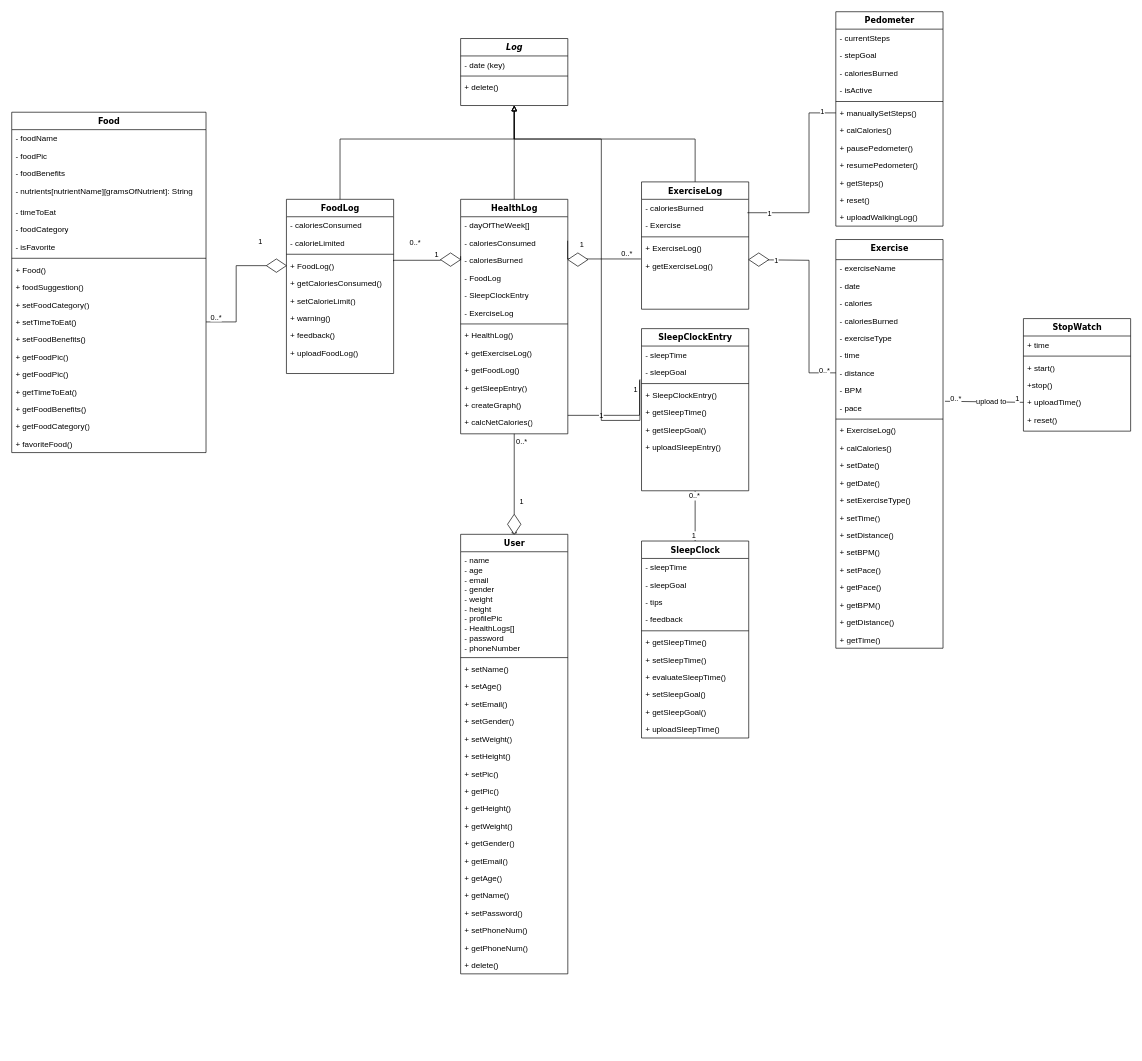
Before: Health App Class Diagram.drawio in Esaied19/Team-Albatross, a draw.io diagram. Source tidied: cells renumbered, new cells numbered last; positions are measured from the earlier drawing's top-left corner, leaving out a move shared by most shapes. Both pictures are drawn from the tidied source at 67%, with x=0, y=0 at pixel (11, 11).
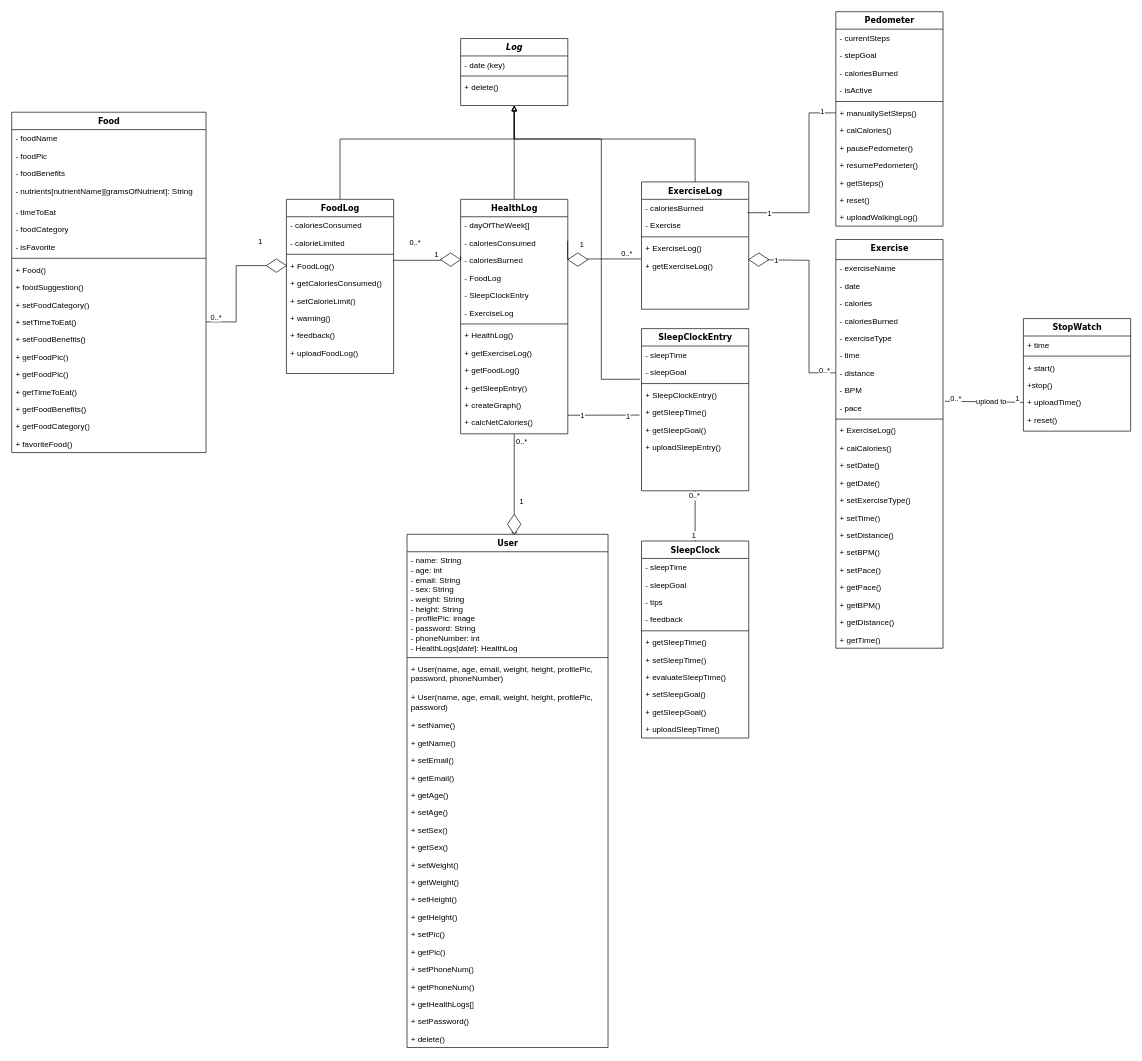
After the change.

Unchanged cells that the change refers to:
```xml
<mxCell id="75" value="- sleepGoal" style="text;html=1;strokeColor=none;fillColor=none;align=left;verticalAlign=top;spacingLeft=4;spacingRight=4;whiteSpace=wrap;overflow=hidden;points=[[0,0.5],[1,0.5]];portConstraint=eastwest;" parent="73" vertex="1">
  <mxGeometry y="52" width="160" height="26" as="geometry" />
</mxCell>
<mxCell id="132" value="+ createGraph()" style="text;html=1;strokeColor=none;fillColor=none;align=left;verticalAlign=top;spacingLeft=4;spacingRight=4;whiteSpace=wrap;overflow=hidden;points=[[0,0.5],[1,0.5]];portConstraint=eastwest;" parent="120" vertex="1">
  <mxGeometry y="294" width="160" height="26" as="geometry" />
</mxCell>
<mxCell id="176" value="&lt;i&gt;Log&lt;/i&gt;" style="swimlane;html=1;fontStyle=1;align=center;verticalAlign=top;horizontal=1;startSize=26;swimlaneFillColor=#ffffff;rounded=0;shadow=0;comic=0;labelBackgroundColor=none;strokeWidth=1;fillColor=none;fontFamily=Verdana;fontSize=12;strokeColor=default;fontColor=default;" parent="1" vertex="1">
  <mxGeometry x="670" y="40" width="160" height="100" as="geometry" />
</mxCell>
```

Diff of the diagram source:
```diff
@@
     <mxCell id="2" value="User" style="swimlane;html=1;fontStyle=1;align=center;verticalAlign=top;horizontal=1;startSize=26;swimlaneFillColor=#ffffff;rounded=0;shadow=0;comic=0;labelBackgroundColor=none;strokeWidth=1;fillColor=none;fontFamily=Verdana;fontSize=12;strokeColor=default;fontColor=default;" parent="1" vertex="1">
-      <mxGeometry x="670" y="780" width="160" height="656" as="geometry" />
+      <mxGeometry x="590" y="780" width="300" height="766" as="geometry" />
     </mxCell>
-    <mxCell id="3" value="&lt;div&gt;- name&lt;/div&gt;&lt;div&gt;- age&lt;/div&gt;&lt;div&gt;- email&lt;/div&gt;&lt;div&gt;- gender&lt;/div&gt;&lt;div&gt;- weight&lt;/div&gt;&lt;div&gt;- height&lt;/div&gt;&lt;div&gt;- profilePic&lt;br&gt;&lt;/div&gt;&lt;div&gt;- HealthLogs[]&lt;/div&gt;&lt;div&gt;- password&lt;/div&gt;&lt;div&gt;- phoneNumber&lt;br&gt;&lt;/div&gt;" style="text;html=1;strokeColor=none;fillColor=none;align=left;verticalAlign=top;spacingLeft=4;spacingRight=4;whiteSpace=wrap;overflow=hidden;fontColor=default;" parent="2" vertex="1">
-      <mxGeometry y="26" width="160" height="154" as="geometry" />
+    <mxCell id="3" value="&lt;div&gt;- name: String&lt;br&gt;&lt;/div&gt;&lt;div&gt;- age: int&lt;/div&gt;&lt;div&gt;- email: String&lt;/div&gt;&lt;div&gt;- sex: String&lt;/div&gt;&lt;div&gt;- weight: String&lt;/div&gt;&lt;div&gt;- height: String&lt;/div&gt;&lt;div&gt;- profilePic: image&lt;br&gt;&lt;/div&gt;&lt;div&gt;- password: String&lt;/div&gt;&lt;div&gt;- phoneNumber: int&lt;br&gt;&lt;/div&gt;&lt;div&gt;- HealthLogs[&lt;i&gt;date&lt;/i&gt;]: HealthLog &lt;br&gt;&lt;/div&gt;" style="text;html=1;strokeColor=none;fillColor=none;align=left;verticalAlign=top;spacingLeft=4;spacingRight=4;whiteSpace=wrap;overflow=hidden;fontColor=default;" parent="2" vertex="1">
+      <mxGeometry y="26" width="300" height="154" as="geometry" />
     </mxCell>
     <mxCell id="4" style="line;html=1;strokeWidth=1;fillColor=none;align=left;verticalAlign=middle;spacingTop=-1;spacingLeft=3;spacingRight=3;labelPosition=right;strokeColor=default;labelBackgroundColor=default;fontColor=default;" parent="2" vertex="1">
-      <mxGeometry y="180" width="160" height="8" as="geometry" />
+      <mxGeometry y="180" width="300" height="8" as="geometry" />
     </mxCell>
+    <mxCell id="181" value="+ User(name, age, email, weight, height, profilePic, password, phoneNumber)" style="text;html=1;strokeColor=none;fillColor=none;align=left;verticalAlign=top;spacingLeft=4;spacingRight=4;whiteSpace=wrap;overflow=hidden;fontColor=default;" parent="2" vertex="1">
+      <mxGeometry y="188" width="300" height="42" as="geometry" />
+    </mxCell>
+    <mxCell id="182" value="+ User(name, age, email, weight, height, profilePic, password)" style="text;html=1;strokeColor=none;fillColor=none;align=left;verticalAlign=top;spacingLeft=4;spacingRight=4;whiteSpace=wrap;overflow=hidden;fontColor=default;" parent="2" vertex="1">
+      <mxGeometry y="230" width="300" height="42" as="geometry" />
+    </mxCell>
     <mxCell id="5" value="+ setName()&lt;span style=&quot;white-space: pre&quot;&gt; &lt;/span&gt;" style="text;html=1;strokeColor=none;fillColor=none;align=left;verticalAlign=top;spacingLeft=4;spacingRight=4;whiteSpace=wrap;overflow=hidden;fontColor=default;" parent="2" vertex="1">
-      <mxGeometry y="188" width="160" height="26" as="geometry" />
+      <mxGeometry y="272" width="300" height="26" as="geometry" />
     </mxCell>
+    <mxCell id="18" value="+ getName()&lt;span style=&quot;white-space: pre&quot;&gt; &lt;/span&gt;" style="text;html=1;strokeColor=none;fillColor=none;align=left;verticalAlign=top;spacingLeft=4;spacingRight=4;whiteSpace=wrap;overflow=hidden;fontColor=default;" parent="2" vertex="1">
+      <mxGeometry y="298" width="300" height="26" as="geometry" />
+    </mxCell>
+    <mxCell id="7" value="+ setEmail()" style="text;html=1;strokeColor=none;fillColor=none;align=left;verticalAlign=top;spacingLeft=4;spacingRight=4;whiteSpace=wrap;overflow=hidden;fontColor=default;" parent="2" vertex="1">
+      <mxGeometry y="324" width="300" height="26" as="geometry" />
+    </mxCell>
+    <mxCell id="16" value="+ getEmail()" style="text;html=1;strokeColor=none;fillColor=none;align=left;verticalAlign=top;spacingLeft=4;spacingRight=4;whiteSpace=wrap;overflow=hidden;fontColor=default;" parent="2" vertex="1">
+      <mxGeometry y="350" width="300" height="26" as="geometry" />
+    </mxCell>
+    <mxCell id="17" value="+ getAge()" style="text;html=1;strokeColor=none;fillColor=none;align=left;verticalAlign=top;spacingLeft=4;spacingRight=4;whiteSpace=wrap;overflow=hidden;fontColor=default;" parent="2" vertex="1">
+      <mxGeometry y="376" width="300" height="26" as="geometry" />
+    </mxCell>
     <mxCell id="6" value="+ setAge()" style="text;html=1;strokeColor=none;fillColor=none;align=left;verticalAlign=top;spacingLeft=4;spacingRight=4;whiteSpace=wrap;overflow=hidden;fontColor=default;" parent="2" vertex="1">
-      <mxGeometry y="214" width="160" height="26" as="geometry" />
+      <mxGeometry y="402" width="300" height="26" as="geometry" />
     </mxCell>
-    <mxCell id="7" value="+ setEmail()" style="text;html=1;strokeColor=none;fillColor=none;align=left;verticalAlign=top;spacingLeft=4;spacingRight=4;whiteSpace=wrap;overflow=hidden;fontColor=default;" parent="2" vertex="1">
-      <mxGeometry y="240" width="160" height="26" as="geometry" />
-    </mxCell>
-    <mxCell id="8" value="+ setGender()" style="text;html=1;strokeColor=none;fillColor=none;align=left;verticalAlign=top;spacingLeft=4;spacingRight=4;whiteSpace=wrap;overflow=hidden;fontColor=default;" parent="2" vertex="1">
-      <mxGeometry y="266" width="160" height="26" as="geometry" />
+    <mxCell id="8" value="+ setSex()" style="text;html=1;strokeColor=none;fillColor=none;align=left;verticalAlign=top;spacingLeft=4;spacingRight=4;whiteSpace=wrap;overflow=hidden;fontColor=default;" parent="2" vertex="1">
+      <mxGeometry y="428" width="300" height="26" as="geometry" />
     </mxCell>
+    <mxCell id="15" value="+ getSex()" style="text;html=1;strokeColor=none;fillColor=none;align=left;verticalAlign=top;spacingLeft=4;spacingRight=4;whiteSpace=wrap;overflow=hidden;fontColor=default;" parent="2" vertex="1">
+      <mxGeometry y="454" width="300" height="26" as="geometry" />
+    </mxCell>
     <mxCell id="9" value="+ setWeight()" style="text;html=1;strokeColor=none;fillColor=none;align=left;verticalAlign=top;spacingLeft=4;spacingRight=4;whiteSpace=wrap;overflow=hidden;fontColor=default;" parent="2" vertex="1">
-      <mxGeometry y="292" width="160" height="26" as="geometry" />
+      <mxGeometry y="480" width="300" height="26" as="geometry" />
     </mxCell>
+    <mxCell id="14" value="+ getWeight()" style="text;html=1;strokeColor=none;fillColor=none;align=left;verticalAlign=top;spacingLeft=4;spacingRight=4;whiteSpace=wrap;overflow=hidden;fontColor=default;" parent="2" vertex="1">
+      <mxGeometry y="506" width="300" height="26" as="geometry" />
+    </mxCell>
     <mxCell id="10" value="+ setHeight()" style="text;html=1;strokeColor=none;fillColor=none;align=left;verticalAlign=top;spacingLeft=4;spacingRight=4;whiteSpace=wrap;overflow=hidden;fontColor=default;" parent="2" vertex="1">
-      <mxGeometry y="318" width="160" height="26" as="geometry" />
+      <mxGeometry y="532" width="300" height="26" as="geometry" />
     </mxCell>
+    <mxCell id="13" value="+ getHeight()" style="text;html=1;strokeColor=none;fillColor=none;align=left;verticalAlign=top;spacingLeft=4;spacingRight=4;whiteSpace=wrap;overflow=hidden;fontColor=default;" parent="2" vertex="1">
+      <mxGeometry y="558" width="300" height="26" as="geometry" />
+    </mxCell>
     <mxCell id="11" value="+ setPic()" style="text;html=1;strokeColor=none;fillColor=none;align=left;verticalAlign=top;spacingLeft=4;spacingRight=4;whiteSpace=wrap;overflow=hidden;fontColor=default;" parent="2" vertex="1">
-      <mxGeometry y="344" width="160" height="26" as="geometry" />
+      <mxGeometry y="584" width="300" height="26" as="geometry" />
     </mxCell>
     <mxCell id="12" value="+ getPic()" style="text;html=1;strokeColor=none;fillColor=none;align=left;verticalAlign=top;spacingLeft=4;spacingRight=4;whiteSpace=wrap;overflow=hidden;fontColor=default;" parent="2" vertex="1">
-      <mxGeometry y="370" width="160" height="26" as="geometry" />
+      <mxGeometry y="610" width="300" height="26" as="geometry" />
     </mxCell>
-    <mxCell id="13" value="+ getHeight()" style="text;html=1;strokeColor=none;fillColor=none;align=left;verticalAlign=top;spacingLeft=4;spacingRight=4;whiteSpace=wrap;overflow=hidden;fontColor=default;" parent="2" vertex="1">
-      <mxGeometry y="396" width="160" height="26" as="geometry" />
-    </mxCell>
-    <mxCell id="14" value="+ getWeight()" style="text;html=1;strokeColor=none;fillColor=none;align=left;verticalAlign=top;spacingLeft=4;spacingRight=4;whiteSpace=wrap;overflow=hidden;fontColor=default;" parent="2" vertex="1">
-      <mxGeometry y="422" width="160" height="26" as="geometry" />
-    </mxCell>
-    <mxCell id="15" value="+ getGender()" style="text;html=1;strokeColor=none;fillColor=none;align=left;verticalAlign=top;spacingLeft=4;spacingRight=4;whiteSpace=wrap;overflow=hidden;fontColor=default;" parent="2" vertex="1">
-      <mxGeometry y="448" width="160" height="26" as="geometry" />
-    </mxCell>
-    <mxCell id="16" value="+ getEmail()" style="text;html=1;strokeColor=none;fillColor=none;align=left;verticalAlign=top;spacingLeft=4;spacingRight=4;whiteSpace=wrap;overflow=hidden;fontColor=default;" parent="2" vertex="1">
-      <mxGeometry y="474" width="160" height="26" as="geometry" />
-    </mxCell>
-    <mxCell id="17" value="+ getAge()" style="text;html=1;strokeColor=none;fillColor=none;align=left;verticalAlign=top;spacingLeft=4;spacingRight=4;whiteSpace=wrap;overflow=hidden;fontColor=default;" parent="2" vertex="1">
-      <mxGeometry y="500" width="160" height="26" as="geometry" />
-    </mxCell>
-    <mxCell id="18" value="+ getName()&lt;span style=&quot;white-space: pre&quot;&gt; &lt;/span&gt;" style="text;html=1;strokeColor=none;fillColor=none;align=left;verticalAlign=top;spacingLeft=4;spacingRight=4;whiteSpace=wrap;overflow=hidden;fontColor=default;" parent="2" vertex="1">
-      <mxGeometry y="526" width="160" height="26" as="geometry" />
-    </mxCell>
-    <mxCell id="19" value="+ setPassword()" style="text;html=1;strokeColor=none;fillColor=none;align=left;verticalAlign=top;spacingLeft=4;spacingRight=4;whiteSpace=wrap;overflow=hidden;fontColor=default;" parent="2" vertex="1">
-      <mxGeometry y="552" width="160" height="26" as="geometry" />
-    </mxCell>
     <mxCell id="20" value="+ setPhoneNum()" style="text;html=1;strokeColor=none;fillColor=none;align=left;verticalAlign=top;spacingLeft=4;spacingRight=4;whiteSpace=wrap;overflow=hidden;fontColor=default;" parent="2" vertex="1">
-      <mxGeometry y="578" width="160" height="26" as="geometry" />
+      <mxGeometry y="636" width="300" height="26" as="geometry" />
     </mxCell>
     <mxCell id="21" value="+ getPhoneNum()" style="text;html=1;strokeColor=none;fillColor=none;align=left;verticalAlign=top;spacingLeft=4;spacingRight=4;whiteSpace=wrap;overflow=hidden;fontColor=default;" parent="2" vertex="1">
-      <mxGeometry y="604" width="160" height="26" as="geometry" />
+      <mxGeometry y="662" width="300" height="26" as="geometry" />
     </mxCell>
+    <mxCell id="183" value="+ getHealthLogs[]" style="text;html=1;strokeColor=none;fillColor=none;align=left;verticalAlign=top;spacingLeft=4;spacingRight=4;whiteSpace=wrap;overflow=hidden;fontColor=default;" parent="2" vertex="1">
+      <mxGeometry y="688" width="300" height="26" as="geometry" />
+    </mxCell>
+    <mxCell id="19" value="+ setPassword()" style="text;html=1;strokeColor=none;fillColor=none;align=left;verticalAlign=top;spacingLeft=4;spacingRight=4;whiteSpace=wrap;overflow=hidden;fontColor=default;" parent="2" vertex="1">
+      <mxGeometry y="714" width="300" height="26" as="geometry" />
+    </mxCell>
     <mxCell id="22" value="+ delete()" style="text;html=1;strokeColor=none;fillColor=none;align=left;verticalAlign=top;spacingLeft=4;spacingRight=4;whiteSpace=wrap;overflow=hidden;fontColor=default;" parent="2" vertex="1">
-      <mxGeometry y="630" width="160" height="26" as="geometry" />
+      <mxGeometry y="740" width="300" height="26" as="geometry" />
     </mxCell>
@@
     <mxCell id="67" style="edgeStyle=orthogonalEdgeStyle;rounded=0;jettySize=auto;html=1;entryX=0.502;entryY=1.094;entryDx=0;entryDy=0;entryPerimeter=0;labelBackgroundColor=default;fontColor=default;endArrow=none;endFill=0;strokeColor=default;" parent="1" edge="1" target="132">
       <mxGeometry relative="1" as="geometry">
-        <mxPoint x="937" y="550" as="sourcePoint" />
+        <mxPoint x="937" y="602" as="sourcePoint" />
         <Array as="points">
-          <mxPoint x="937" y="554" />
-          <mxPoint x="937" y="550" />
+          <mxPoint x="937" y="602" />
+          <mxPoint x="910" y="602" />
         </Array>
       </mxGeometry>
     </mxCell>
@@
     <mxCell id="180" style="edgeStyle=orthogonalEdgeStyle;rounded=0;jettySize=auto;html=1;exitX=-0.015;exitY=0.907;exitDx=0;exitDy=0;entryX=0.5;entryY=1;entryDx=0;entryDy=0;endArrow=block;endFill=0;exitPerimeter=0;" parent="1" edge="1" source="75" target="176">
       <mxGeometry relative="1" as="geometry">
         <Array as="points">
-          <mxPoint x="938" y="610" />
-          <mxPoint x="880" y="610" />
+          <mxPoint x="880" y="549" />
           <mxPoint x="880" y="190" />
           <mxPoint x="750" y="190" />
         </Array>
       </mxGeometry>
     </mxCell>
```
